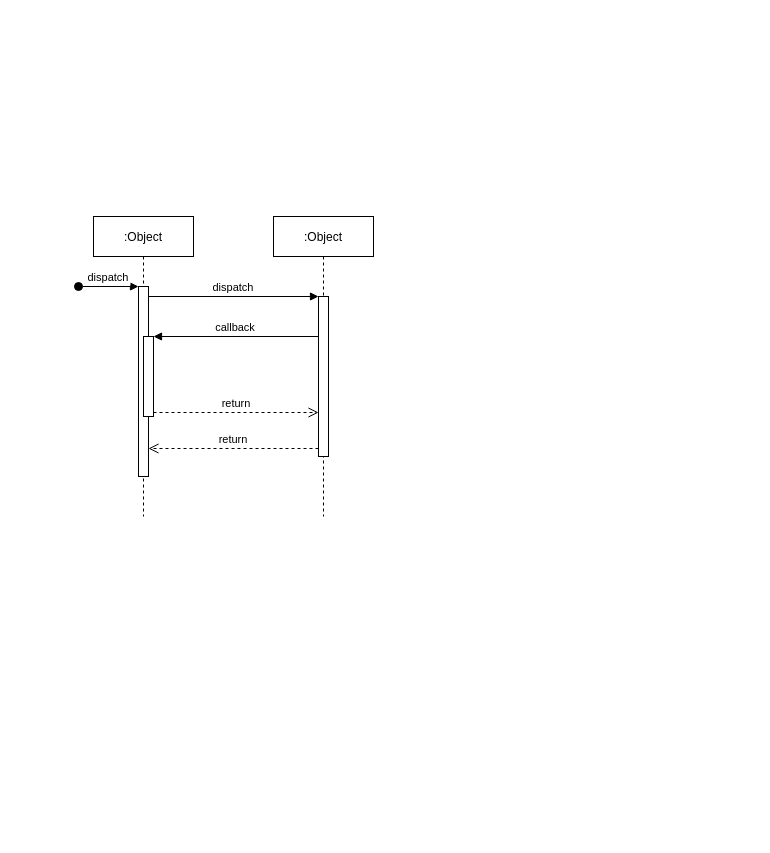
The draw.io diagram AIWorking.drawio in Pepsui/Code-AI, before the edit. Source tidied: cells renumbered, new cells numbered last; positions are measured from the earlier drawing's top-left corner, leaving out a move shared by most shapes. Both pictures are drawn from the tidied source at 100%, with x=0, y=0 at pixel (78, 216).
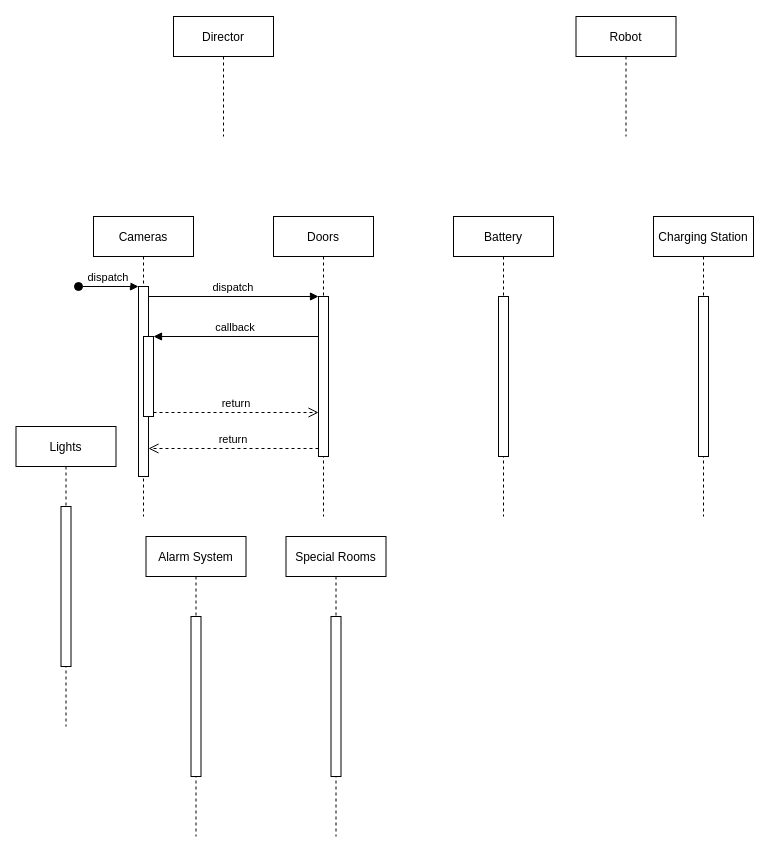
Above is the later version.

Commit message:
Update AIWorking.drawio to have most functions of each Enemy

Diff of the diagram source:
```diff
@@
-    <mxCell id="2" value=":Object" style="shape=umlLifeline;perimeter=lifelinePerimeter;rounded=0;shadow=0;strokeWidth=1;" parent="1" vertex="1">
+    <mxCell id="2" value="Cameras" style="shape=umlLifeline;perimeter=lifelinePerimeter;rounded=0;shadow=0;strokeWidth=1;" parent="1" vertex="1">
       <mxGeometry x="15" width="100" height="300" as="geometry" />
     </mxCell>
@@
-    <mxCell id="6" value=":Object" style="shape=umlLifeline;perimeter=lifelinePerimeter;rounded=0;shadow=0;strokeWidth=1;" parent="1" vertex="1">
+    <mxCell id="6" value="Doors" style="shape=umlLifeline;perimeter=lifelinePerimeter;rounded=0;shadow=0;strokeWidth=1;" parent="1" vertex="1">
       <mxGeometry x="195" width="100" height="300" as="geometry" />
     </mxCell>
@@
+    <mxCell id="12" value="Battery" style="shape=umlLifeline;perimeter=lifelinePerimeter;rounded=0;shadow=0;strokeWidth=1;" parent="1" vertex="1">
+      <mxGeometry x="375" width="100" height="300" as="geometry" />
+    </mxCell>
+    <mxCell id="13" style="perimeter=orthogonalPerimeter;rounded=0;shadow=0;strokeWidth=1;" parent="12" vertex="1">
+      <mxGeometry x="45" y="80" width="10" height="160" as="geometry" />
+    </mxCell>
+    <mxCell id="14" value="Charging Station" style="shape=umlLifeline;perimeter=lifelinePerimeter;rounded=0;shadow=0;strokeWidth=1;" parent="1" vertex="1">
+      <mxGeometry x="575" width="100" height="300" as="geometry" />
+    </mxCell>
+    <mxCell id="15" style="perimeter=orthogonalPerimeter;rounded=0;shadow=0;strokeWidth=1;" parent="14" vertex="1">
+      <mxGeometry x="45" y="80" width="10" height="160" as="geometry" />
+    </mxCell>
+    <mxCell id="16" value="Director" style="shape=umlLifeline;perimeter=lifelinePerimeter;rounded=0;shadow=0;strokeWidth=1;strokeColor=default;" parent="1" vertex="1">
+      <mxGeometry x="95" y="-200" width="100" height="120" as="geometry" />
+    </mxCell>
+    <mxCell id="17" value="Robot" style="shape=umlLifeline;perimeter=lifelinePerimeter;rounded=0;shadow=0;strokeWidth=1;strokeColor=default;" parent="1" vertex="1">
+      <mxGeometry x="497.5" y="-200" width="100" height="120" as="geometry" />
+    </mxCell>
+    <mxCell id="18" value="Lights" style="shape=umlLifeline;perimeter=lifelinePerimeter;rounded=0;shadow=0;strokeWidth=1;" parent="1" vertex="1">
+      <mxGeometry x="-62.5" y="210" width="100" height="300" as="geometry" />
+    </mxCell>
+    <mxCell id="19" style="perimeter=orthogonalPerimeter;rounded=0;shadow=0;strokeWidth=1;" parent="18" vertex="1">
+      <mxGeometry x="45" y="80" width="10" height="160" as="geometry" />
+    </mxCell>
+    <mxCell id="20" value="Alarm System" style="shape=umlLifeline;perimeter=lifelinePerimeter;rounded=0;shadow=0;strokeWidth=1;" parent="1" vertex="1">
+      <mxGeometry x="67.5" y="320" width="100" height="300" as="geometry" />
+    </mxCell>
+    <mxCell id="21" style="perimeter=orthogonalPerimeter;rounded=0;shadow=0;strokeWidth=1;" parent="20" vertex="1">
+      <mxGeometry x="45" y="80" width="10" height="160" as="geometry" />
+    </mxCell>
+    <mxCell id="22" value="Special Rooms" style="shape=umlLifeline;perimeter=lifelinePerimeter;rounded=0;shadow=0;strokeWidth=1;" parent="1" vertex="1">
+      <mxGeometry x="207.5" y="320" width="100" height="300" as="geometry" />
+    </mxCell>
+    <mxCell id="23" style="perimeter=orthogonalPerimeter;rounded=0;shadow=0;strokeWidth=1;" parent="22" vertex="1">
+      <mxGeometry x="45" y="80" width="10" height="160" as="geometry" />
+    </mxCell>
```
